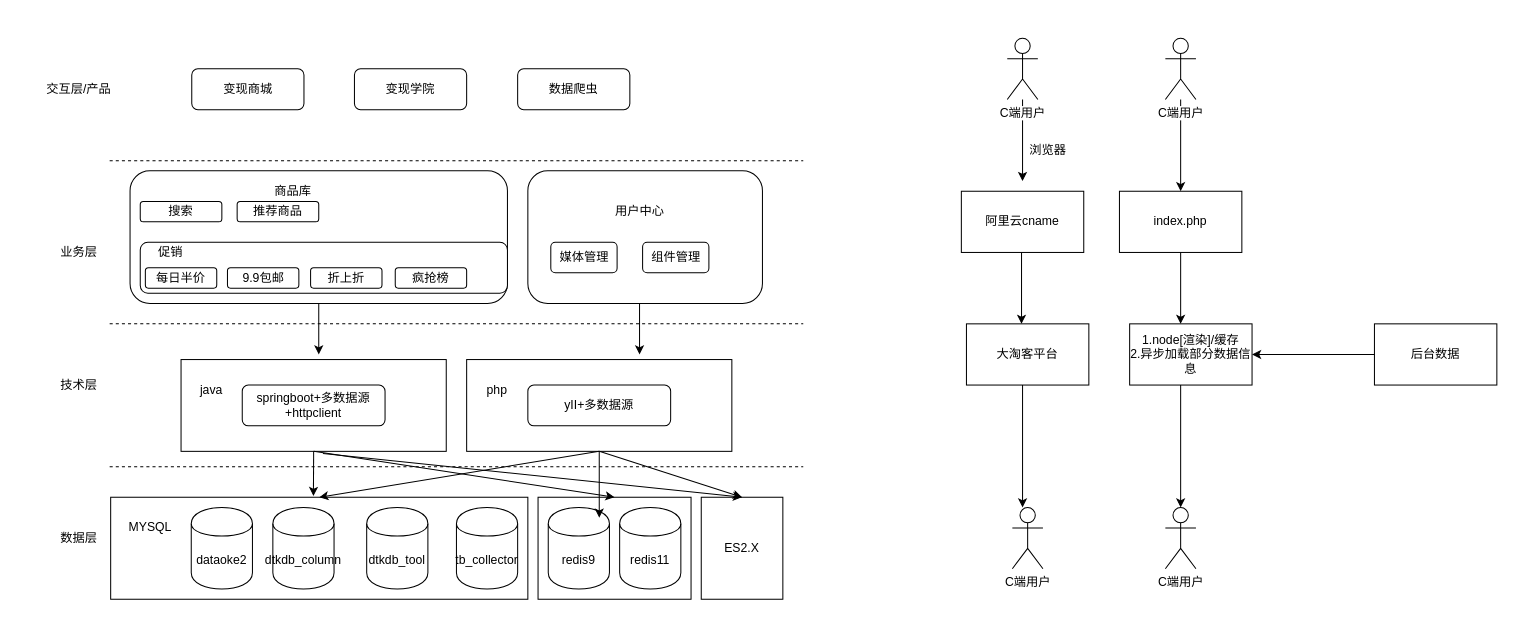
The draw.io diagram 1.drawio in sevenDay2014/dtk, before the edit. Source tidied: cells renumbered, new cells numbered last; positions are measured from the earlier drawing's top-left corner, leaving out a move shared by most shapes. Both pictures are drawn from the tidied source at 102%, with x=0, y=0 at pixel (38, 38).
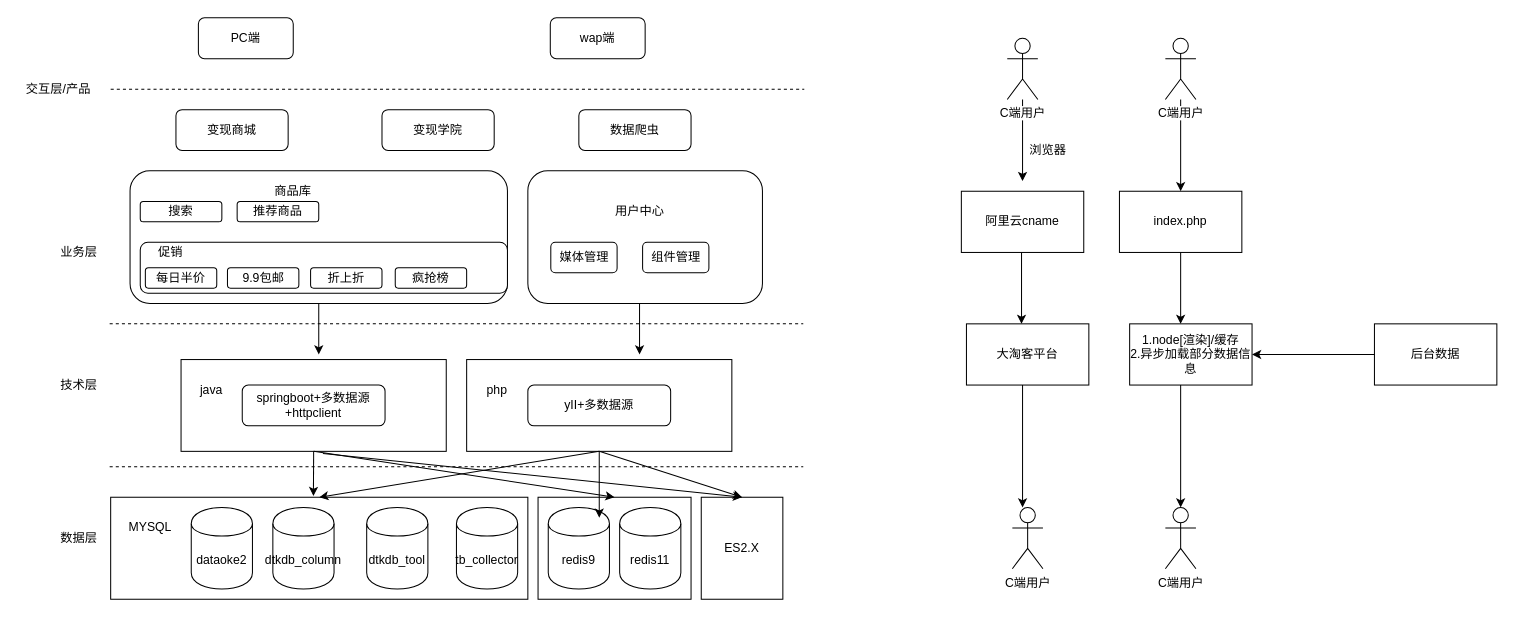
After the change.

Commit message:
v1.0.0-feature:进行访问端的设计

Change to the diagram source:
```diff
@@
     <mxCell id="5" style="endArrow=none;dashed=1;html=1;" parent="1" edge="1">
       <mxGeometry relative="1" as="geometry">
-        <mxPoint x="70" y="120" as="sourcePoint" />
-        <mxPoint x="750" y="120" as="targetPoint" />
+        <mxPoint x="71" y="50" as="sourcePoint" />
+        <mxPoint x="751" y="50" as="targetPoint" />
       </mxGeometry>
     </mxCell>
@@
     <mxCell id="12" value="交互层/产品" style="text;html=1;strokeColor=none;fillColor=none;align=center;verticalAlign=middle;whiteSpace=wrap;rounded=0;" parent="1" vertex="1">
-      <mxGeometry y="40" width="80" height="20" as="geometry" />
+      <mxGeometry x="-20" y="40" width="80" height="20" as="geometry" />
     </mxCell>
     <mxCell id="13" value="数据爬虫" style="rounded=1;whiteSpace=wrap;html=1;" parent="1" vertex="1">
-      <mxGeometry x="470" y="30" width="110" height="40" as="geometry" />
+      <mxGeometry x="530" y="70" width="110" height="40" as="geometry" />
     </mxCell>
     <mxCell id="14" value="变现商城" style="rounded=1;whiteSpace=wrap;html=1;" parent="1" vertex="1">
-      <mxGeometry x="150.5" y="30" width="110" height="40" as="geometry" />
+      <mxGeometry x="135" y="70" width="110" height="40" as="geometry" />
     </mxCell>
@@
     <mxCell id="39" value="变现学院" style="rounded=1;whiteSpace=wrap;html=1;" parent="1" vertex="1">
-      <mxGeometry x="310" y="30" width="110" height="40" as="geometry" />
+      <mxGeometry x="337" y="70" width="110" height="40" as="geometry" />
     </mxCell>
@@
+    <mxCell id="67" value="PC端" style="rounded=1;whiteSpace=wrap;html=1;" parent="1" vertex="1">
+      <mxGeometry x="157" y="-20" width="93" height="40" as="geometry" />
+    </mxCell>
+    <mxCell id="68" value="wap端" style="rounded=1;whiteSpace=wrap;html=1;" parent="1" vertex="1">
+      <mxGeometry x="502" y="-20" width="93" height="40" as="geometry" />
+    </mxCell>
```
